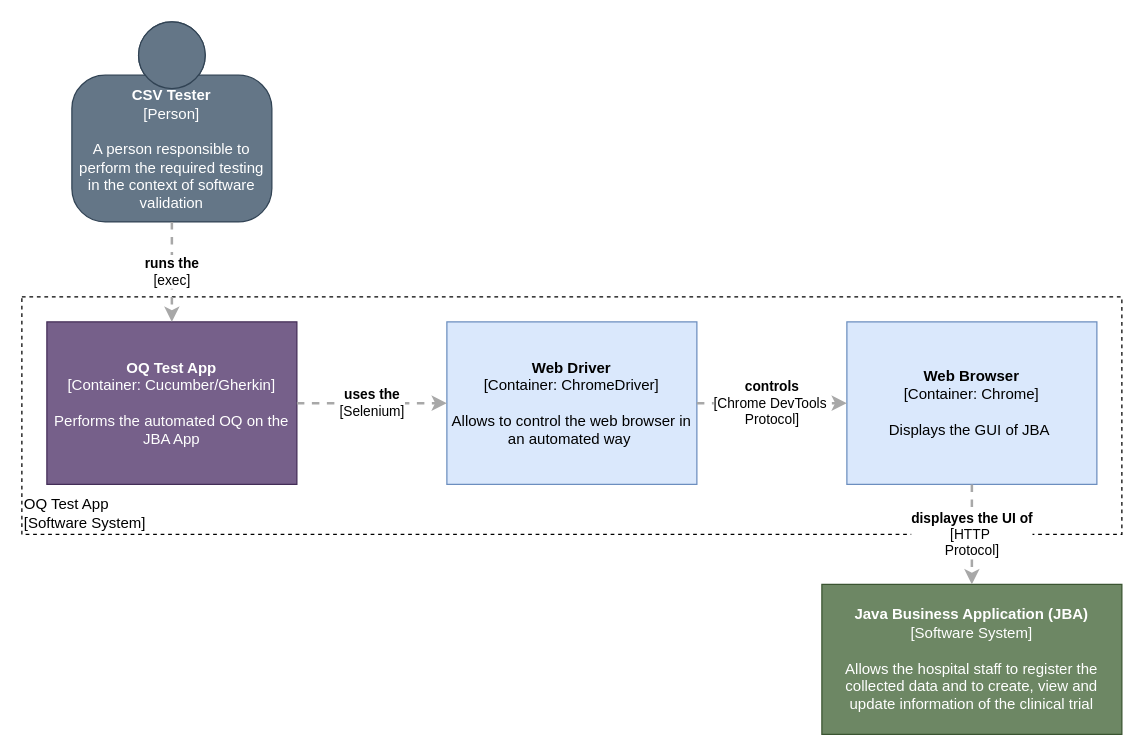
The draw.io diagram thesis/C2_OQTestApp.drawio in sableu/BDD4OQ, before the edit. Source tidied: cells renumbered, new cells numbered last; positions are measured from the earlier drawing's top-left corner, leaving out a move shared by most shapes. Both pictures are drawn from the tidied source at 125%, with x=0, y=0 at pixel (21, 21).
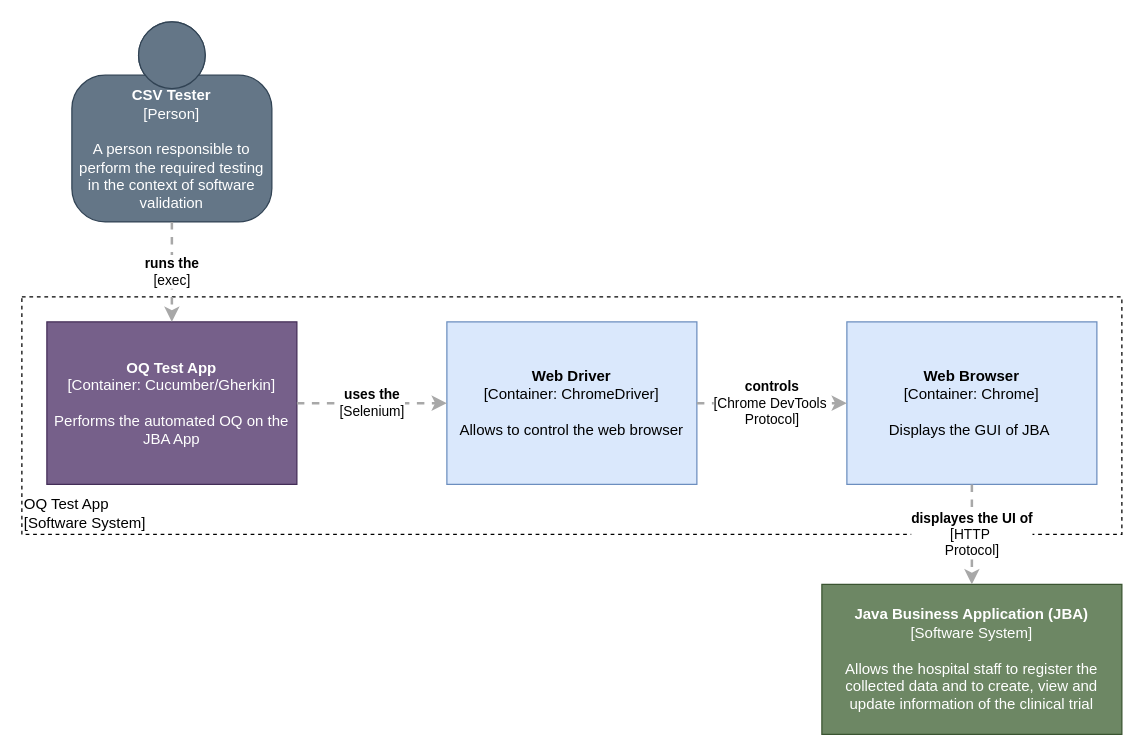
The same page after the edit.

Commit message (it also covers changes not shown here):
Thesis: writing

Change to the diagram source:
```diff
@@
 <mxGraphModel>
   <root>
     <mxCell id="0" />
     <mxCell id="1" parent="0" />
     <mxCell id="2" value="&lt;div style=&quot;text-align: left&quot;&gt;OQ Test App&lt;/div&gt;&lt;div style=&quot;text-align: left&quot;&gt;[Software System]&lt;/div&gt;" style="rounded=0;whiteSpace=wrap;html=1;labelBackgroundColor=none;fillColor=none;fontColor=#000000;align=left;arcSize=5;strokeColor=#000000;verticalAlign=bottom;dashed=1;strokeWidth=1;perimeterSpacing=0;" parent="1" vertex="1">
       <mxGeometry y="220" width="880" height="190" as="geometry" />
     </mxCell>
     <mxCell id="3" value="&lt;b&gt;CSV Tester&lt;/b&gt;&lt;div&gt;[Person]&lt;/div&gt;&lt;br&gt;&lt;div&gt;A person responsible to perform&amp;nbsp;&lt;span&gt;the required testing in the context&amp;nbsp;&lt;/span&gt;&lt;span&gt;of software validation&lt;/span&gt;&lt;/div&gt;" style="html=1;dashed=0;whitespace=wrap;fillColor=#647687;strokeColor=#314354;shape=mxgraph.c4.person;align=center;points=[[0.5,0,0],[1,0.5,0],[1,0.75,0],[0.75,1,0],[0.5,1,0],[0.25,1,0],[0,0.75,0],[0,0.5,0]];whiteSpace=wrap;fontColor=#ffffff;" parent="1" vertex="1">
       <mxGeometry x="40" width="160" height="160" as="geometry" />
     </mxCell>
     <mxCell id="4" value="&lt;span&gt;&lt;b&gt;OQ Test App&lt;/b&gt;&lt;/span&gt;&lt;br&gt;&lt;div&gt;[Container:&amp;nbsp;&lt;span&gt;Cucumber/Gherkin&lt;/span&gt;&lt;span&gt;]&lt;/span&gt;&lt;/div&gt;&lt;br&gt;&lt;div&gt;Performs the automated OQ on the JBA App&lt;/div&gt;" style="rounded=0;whiteSpace=wrap;html=1;labelBackgroundColor=none;fillColor=#76608a;fontColor=#ffffff;align=center;arcSize=10;strokeColor=#432D57;points=[[0.25,0,0],[0.5,0,0],[0.75,0,0],[1,0.25,0],[1,0.5,0],[1,0.75,0],[0.75,1,0],[0.5,1,0],[0.25,1,0],[0,0.75,0],[0,0.5,0],[0,0.25,0]];" parent="1" vertex="1">
       <mxGeometry x="20" y="240" width="200" height="130" as="geometry" />
     </mxCell>
-    <mxCell id="5" value="&lt;span&gt;&lt;b&gt;Web Driver&lt;/b&gt;&lt;/span&gt;&lt;br&gt;&lt;div&gt;[Container:&amp;nbsp;&lt;span&gt;ChromeDriver&lt;/span&gt;&lt;span&gt;]&lt;/span&gt;&lt;/div&gt;&lt;br&gt;&lt;div&gt;Allows to control the web browser in an automated way&amp;nbsp;&lt;/div&gt;" style="rounded=0;whiteSpace=wrap;html=1;labelBackgroundColor=none;fillColor=#dae8fc;align=center;arcSize=10;strokeColor=#6c8ebf;points=[[0.25,0,0],[0.5,0,0],[0.75,0,0],[1,0.25,0],[1,0.5,0],[1,0.75,0],[0.75,1,0],[0.5,1,0],[0.25,1,0],[0,0.75,0],[0,0.5,0],[0,0.25,0]];" parent="1" vertex="1">
+    <mxCell id="5" value="&lt;span&gt;&lt;b&gt;Web Driver&lt;/b&gt;&lt;/span&gt;&lt;br&gt;&lt;div&gt;[Container:&amp;nbsp;&lt;span&gt;ChromeDriver&lt;/span&gt;&lt;span&gt;]&lt;/span&gt;&lt;/div&gt;&lt;br&gt;&lt;div&gt;Allows to control the web browser&lt;/div&gt;" style="rounded=0;whiteSpace=wrap;html=1;labelBackgroundColor=none;fillColor=#dae8fc;align=center;arcSize=10;strokeColor=#6c8ebf;points=[[0.25,0,0],[0.5,0,0],[0.75,0,0],[1,0.25,0],[1,0.5,0],[1,0.75,0],[0.75,1,0],[0.5,1,0],[0.25,1,0],[0,0.75,0],[0,0.5,0],[0,0.25,0]];" parent="1" vertex="1">
       <mxGeometry x="340" y="240" width="200" height="130" as="geometry" />
     </mxCell>
     <mxCell id="6" value="&lt;span&gt;&lt;b&gt;Web Browser&lt;/b&gt;&lt;/span&gt;&lt;br&gt;&lt;div&gt;[Container:&amp;nbsp;&lt;span&gt;Chrome&lt;/span&gt;&lt;span&gt;]&lt;/span&gt;&lt;/div&gt;&lt;br&gt;&lt;div&gt;Displays the GUI of JBA&amp;nbsp;&lt;/div&gt;" style="rounded=0;whiteSpace=wrap;html=1;labelBackgroundColor=none;fillColor=#dae8fc;fontColor=#000000;align=center;arcSize=10;strokeColor=#6c8ebf;points=[[0.25,0,0],[0.5,0,0],[0.75,0,0],[1,0.25,0],[1,0.5,0],[1,0.75,0],[0.75,1,0],[0.5,1,0],[0.25,1,0],[0,0.75,0],[0,0.5,0],[0,0.25,0]];" parent="1" vertex="1">
       <mxGeometry x="660" y="240" width="200" height="130" as="geometry" />
     </mxCell>
     <mxCell id="7" value="&lt;div style=&quot;text-align: left&quot;&gt;&lt;div style=&quot;text-align: center&quot;&gt;&lt;b&gt;uses the&lt;/b&gt;&lt;/div&gt;&lt;div style=&quot;text-align: center&quot;&gt;[Selenium]&lt;/div&gt;&lt;/div&gt;" style="edgeStyle=none;rounded=0;html=1;jettySize=auto;strokeColor=#A8A8A8;strokeWidth=2;fontColor=#000000;jumpStyle=none;dashed=1;exitX=1;exitY=0.5;exitDx=0;exitDy=0;exitPerimeter=0;entryX=0;entryY=0.5;entryDx=0;entryDy=0;entryPerimeter=0;" parent="1" edge="1" source="4" target="5">
       <mxGeometry relative="1" as="geometry" />
     </mxCell>
     <mxCell id="8" value="&lt;div style=&quot;text-align: left&quot;&gt;&lt;div style=&quot;text-align: center&quot;&gt;&lt;b&gt;runs the&lt;/b&gt;&lt;/div&gt;&lt;div style=&quot;text-align: center&quot;&gt;[exec]&lt;/div&gt;&lt;/div&gt;" style="edgeStyle=none;rounded=0;html=1;entryX=0.5;entryY=0;jettySize=auto;strokeColor=#A8A8A8;strokeWidth=2;fontColor=#000000;jumpStyle=none;dashed=1;exitX=0.5;exitY=1;exitDx=0;exitDy=0;exitPerimeter=0;entryDx=0;entryDy=0;entryPerimeter=0;" parent="1" edge="1" source="3" target="4">
       <mxGeometry relative="1" as="geometry" />
     </mxCell>
     <mxCell id="9" value="&lt;div style=&quot;text-align: left&quot;&gt;&lt;div style=&quot;text-align: center&quot;&gt;&lt;b&gt;controls&lt;/b&gt;&lt;/div&gt;&lt;div style=&quot;text-align: center&quot;&gt;[Chrome DevTools&amp;nbsp;&lt;/div&gt;&lt;div style=&quot;text-align: center&quot;&gt;Protocol]&lt;/div&gt;&lt;/div&gt;" style="edgeStyle=none;rounded=0;html=1;entryX=0;entryY=0.5;jettySize=auto;strokeColor=#A8A8A8;strokeWidth=2;fontColor=#000000;jumpStyle=none;dashed=1;exitX=1;exitY=0.5;exitDx=0;exitDy=0;exitPerimeter=0;entryDx=0;entryDy=0;entryPerimeter=0;" parent="1" edge="1" source="5" target="6">
       <mxGeometry relative="1" as="geometry" />
     </mxCell>
     <mxCell id="10" value="&lt;b&gt;Java Business Application (JBA)&lt;/b&gt;&lt;div&gt;[Software System]&lt;/div&gt;&lt;br&gt;&lt;div&gt;Allows the hospital staff to register the collected data and to create, view and update information of the clinical trial&lt;/div&gt;" style="rounded=0;whiteSpace=wrap;html=1;labelBackgroundColor=none;fillColor=#6d8764;fontColor=#ffffff;align=center;arcSize=10;strokeColor=#3A5431;points=[[0.25,0,0],[0.5,0,0],[0.75,0,0],[1,0.25,0],[1,0.5,0],[1,0.75,0],[0.75,1,0],[0.5,1,0],[0.25,1,0],[0,0.75,0],[0,0.5,0],[0,0.25,0]];" parent="1" vertex="1">
       <mxGeometry x="640" y="450" width="240" height="120" as="geometry" />
     </mxCell>
     <mxCell id="11" value="&lt;div style=&quot;text-align: left&quot;&gt;&lt;div style=&quot;text-align: center&quot;&gt;&lt;b&gt;displayes the UI of&lt;/b&gt;&lt;/div&gt;&lt;div style=&quot;text-align: center&quot;&gt;&lt;div&gt;[HTTP&amp;nbsp;&lt;/div&gt;&lt;div&gt;Protocol]&lt;/div&gt;&lt;/div&gt;&lt;/div&gt;" style="edgeStyle=none;rounded=0;html=1;jettySize=auto;strokeColor=#A8A8A8;strokeWidth=2;fontColor=#000000;jumpStyle=none;dashed=1;exitX=0.5;exitY=1;exitDx=0;exitDy=0;exitPerimeter=0;" parent="1" edge="1" source="6" target="10">
       <mxGeometry relative="1" as="geometry" />
     </mxCell>
   </root>
 </mxGraphModel>
```
